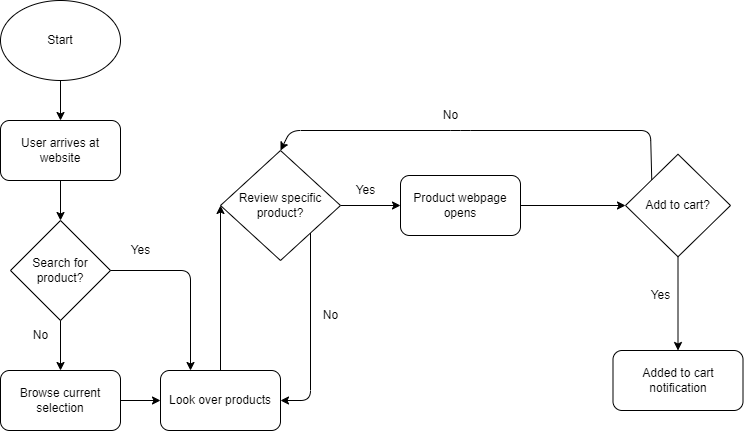
The draw.io diagram explore/diagramming/diagram.drawio.png in hdehaini/sp23-cse110-lab4, before a commit. Source tidied: cells renumbered, new cells last; positions are measured from the earlier drawing's top-left corner, leaving out a move shared by most shapes. Source of this version:
```xml
<mxGraphModel>
  <root>
    <mxCell id="0" />
    <mxCell id="1" parent="0" />
    <mxCell id="2" value="Start" style="ellipse;whiteSpace=wrap;html=1;" parent="1" vertex="1">
      <mxGeometry width="120" height="80" as="geometry" />
    </mxCell>
    <mxCell id="3" value="User arrives at website" style="rounded=1;whiteSpace=wrap;html=1;" parent="1" vertex="1">
      <mxGeometry y="120" width="120" height="60" as="geometry" />
    </mxCell>
    <mxCell id="4" style="endArrow=classic;html=1;exitX=0.5;exitY=1;exitDx=0;exitDy=0;entryX=0.5;entryY=0;entryDx=0;entryDy=0;" parent="1" edge="1" source="2" target="3">
      <mxGeometry relative="1" as="geometry" />
    </mxCell>
    <mxCell id="5" value="Search for product?" style="rhombus;whiteSpace=wrap;html=1;" parent="1" vertex="1">
      <mxGeometry x="10" y="220" width="100" height="100" as="geometry" />
    </mxCell>
    <mxCell id="6" style="endArrow=classic;html=1;exitX=0.5;exitY=1;exitDx=0;exitDy=0;" parent="1" edge="1" source="3" target="5">
      <mxGeometry relative="1" as="geometry" />
    </mxCell>
    <mxCell id="7" style="endArrow=classic;html=1;exitX=1;exitY=0.5;exitDx=0;exitDy=0;entryX=0.25;entryY=0;entryDx=0;entryDy=0;" parent="1" edge="1" source="5" target="14">
      <mxGeometry relative="1" as="geometry">
        <Array as="points">
          <mxPoint x="190" y="270" />
        </Array>
      </mxGeometry>
    </mxCell>
    <mxCell id="8" value="Yes" style="text;html=1;align=center;verticalAlign=middle;strokeColor=none;fillColor=none;" parent="1" vertex="1">
      <mxGeometry x="120" y="235" width="40" height="30" as="geometry" />
    </mxCell>
    <mxCell id="9" style="edgeStyle=none;html=1;" parent="1" edge="1" source="10" target="14">
      <mxGeometry relative="1" as="geometry" />
    </mxCell>
    <mxCell id="10" value="Browse current selection" style="rounded=1;whiteSpace=wrap;html=1;" parent="1" vertex="1">
      <mxGeometry y="370" width="120" height="60" as="geometry" />
    </mxCell>
    <mxCell id="11" style="edgeStyle=none;jettySize=auto;html=1;exitX=0.5;exitY=1;exitDx=0;exitDy=0;" parent="1" edge="1" source="5" target="10">
      <mxGeometry relative="1" as="geometry" />
    </mxCell>
    <mxCell id="12" value="No" style="text;html=1;align=center;verticalAlign=middle;strokeColor=none;fillColor=none;" parent="1" vertex="1">
      <mxGeometry x="20" y="320" width="40" height="30" as="geometry" />
    </mxCell>
    <mxCell id="13" style="edgeStyle=none;html=1;entryX=0;entryY=0.5;entryDx=0;entryDy=0;exitX=0.5;exitY=0;exitDx=0;exitDy=0;" parent="1" edge="1" source="14" target="16">
      <mxGeometry relative="1" as="geometry" />
    </mxCell>
    <mxCell id="14" value="Look over products" style="rounded=1;whiteSpace=wrap;html=1;" parent="1" vertex="1">
      <mxGeometry x="160" y="370" width="120" height="60" as="geometry" />
    </mxCell>
    <mxCell id="15" style="edgeStyle=none;html=1;entryX=0;entryY=0.5;entryDx=0;entryDy=0;exitX=1;exitY=0.5;exitDx=0;exitDy=0;" parent="1" edge="1" source="16" target="26">
      <mxGeometry relative="1" as="geometry" />
    </mxCell>
    <mxCell id="16" value="Review specific product?" style="rhombus;whiteSpace=wrap;html=1;" parent="1" vertex="1">
      <mxGeometry x="220" y="150" width="120" height="110" as="geometry" />
    </mxCell>
    <mxCell id="17" value="Yes" style="text;html=1;align=center;verticalAlign=middle;strokeColor=none;fillColor=none;" parent="1" vertex="1">
      <mxGeometry x="345" y="175" width="40" height="30" as="geometry" />
    </mxCell>
    <mxCell id="18" style="edgeStyle=none;html=1;entryX=0.5;entryY=0;entryDx=0;entryDy=0;exitX=0.5;exitY=1;exitDx=0;exitDy=0;" parent="1" edge="1" source="19" target="23">
      <mxGeometry relative="1" as="geometry" />
    </mxCell>
    <mxCell id="19" value="Add to cart?" style="rhombus;whiteSpace=wrap;html=1;" parent="1" vertex="1">
      <mxGeometry x="625" y="153.8" width="105" height="102.5" as="geometry" />
    </mxCell>
    <mxCell id="20" value="Yes" style="text;html=1;align=center;verticalAlign=middle;strokeColor=none;fillColor=none;" parent="1" vertex="1">
      <mxGeometry x="640" y="280" width="40" height="30" as="geometry" />
    </mxCell>
    <mxCell id="21" style="edgeStyle=none;jettySize=auto;html=1;exitX=0;exitY=0;exitDx=0;exitDy=0;entryX=0.5;entryY=0;entryDx=0;entryDy=0;" parent="1" edge="1" source="19" target="16">
      <mxGeometry relative="1" as="geometry">
        <Array as="points">
          <mxPoint x="650" y="130" />
          <mxPoint x="460" y="130" />
          <mxPoint x="290" y="130" />
        </Array>
      </mxGeometry>
    </mxCell>
    <mxCell id="22" value="No" style="text;html=1;align=center;verticalAlign=middle;strokeColor=none;fillColor=none;" parent="1" vertex="1">
      <mxGeometry x="430" y="100" width="40" height="30" as="geometry" />
    </mxCell>
    <mxCell id="23" value="Added to cart notification" style="rounded=1;whiteSpace=wrap;html=1;" parent="1" vertex="1">
      <mxGeometry x="612.5" y="350" width="130" height="60" as="geometry" />
    </mxCell>
    <mxCell id="24" style="edgeStyle=none;jettySize=auto;html=1;entryX=1;entryY=0.5;entryDx=0;entryDy=0;exitX=1;exitY=1;exitDx=0;exitDy=0;" parent="1" edge="1" source="16" target="14">
      <mxGeometry relative="1" as="geometry">
        <Array as="points">
          <mxPoint x="310" y="400" />
        </Array>
      </mxGeometry>
    </mxCell>
    <mxCell id="25" value="No" style="text;html=1;align=center;verticalAlign=middle;strokeColor=none;fillColor=none;" parent="1" vertex="1">
      <mxGeometry x="310" y="300" width="40" height="30" as="geometry" />
    </mxCell>
    <mxCell id="26" value="Product webpage opens" style="rounded=1;whiteSpace=wrap;html=1;" parent="1" vertex="1">
      <mxGeometry x="400" y="175" width="120" height="60" as="geometry" />
    </mxCell>
    <mxCell id="27" style="edgeStyle=none;jettySize=auto;html=1;exitX=1;exitY=0.5;exitDx=0;exitDy=0;entryX=0;entryY=0.5;entryDx=0;entryDy=0;" parent="1" edge="1" source="26" target="19">
      <mxGeometry relative="1" as="geometry" />
    </mxCell>
  </root>
</mxGraphModel>
```
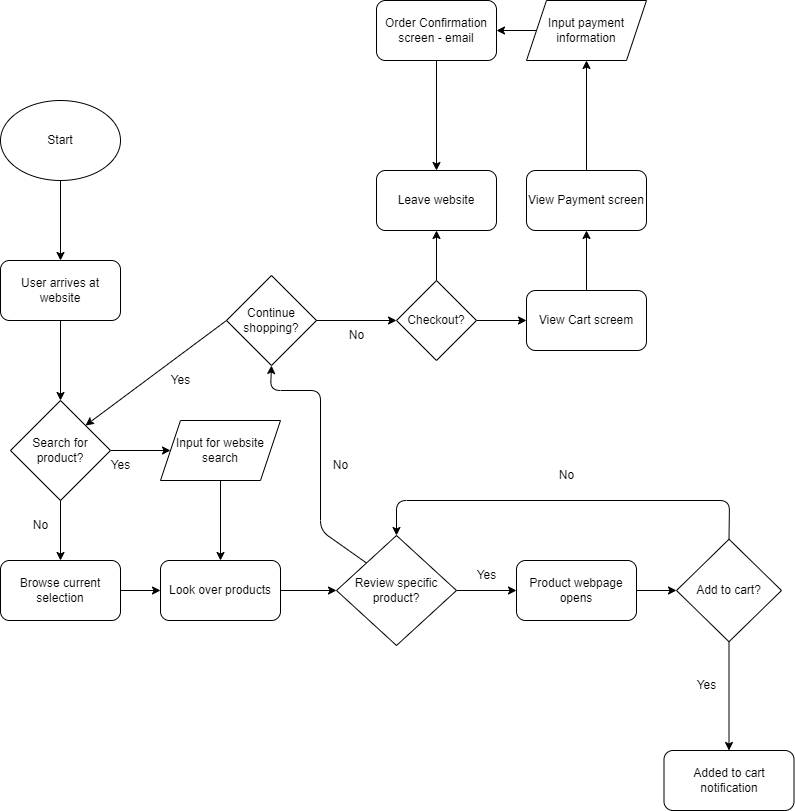
Later version of the same file.

Commit message:
1.4 Finish diagram and explore

Change to the diagram source:
```diff
@@ -3,96 +3,150 @@
     <mxCell id="0" />
     <mxCell id="1" parent="0" />
     <mxCell id="2" value="Start" style="ellipse;whiteSpace=wrap;html=1;" parent="1" vertex="1">
-      <mxGeometry width="120" height="80" as="geometry" />
+      <mxGeometry x="-20" y="210" width="120" height="80" as="geometry" />
     </mxCell>
     <mxCell id="3" value="User arrives at website" style="rounded=1;whiteSpace=wrap;html=1;" parent="1" vertex="1">
-      <mxGeometry y="120" width="120" height="60" as="geometry" />
+      <mxGeometry x="-20" y="370" width="120" height="60" as="geometry" />
     </mxCell>
     <mxCell id="4" style="endArrow=classic;html=1;exitX=0.5;exitY=1;exitDx=0;exitDy=0;entryX=0.5;entryY=0;entryDx=0;entryDy=0;" parent="1" edge="1" source="2" target="3">
       <mxGeometry relative="1" as="geometry" />
     </mxCell>
+    <mxCell id="28" style="edgeStyle=none;html=1;" parent="1" edge="1" source="5" target="47">
+      <mxGeometry relative="1" as="geometry" />
+    </mxCell>
     <mxCell id="5" value="Search for product?" style="rhombus;whiteSpace=wrap;html=1;" parent="1" vertex="1">
-      <mxGeometry x="10" y="220" width="100" height="100" as="geometry" />
+      <mxGeometry x="-10" y="510" width="100" height="100" as="geometry" />
     </mxCell>
     <mxCell id="6" style="endArrow=classic;html=1;exitX=0.5;exitY=1;exitDx=0;exitDy=0;" parent="1" edge="1" source="3" target="5">
       <mxGeometry relative="1" as="geometry" />
     </mxCell>
-    <mxCell id="7" style="endArrow=classic;html=1;exitX=1;exitY=0.5;exitDx=0;exitDy=0;entryX=0.25;entryY=0;entryDx=0;entryDy=0;" parent="1" edge="1" source="5" target="14">
-      <mxGeometry relative="1" as="geometry">
-        <Array as="points">
-          <mxPoint x="190" y="270" />
-        </Array>
-      </mxGeometry>
-    </mxCell>
     <mxCell id="8" value="Yes" style="text;html=1;align=center;verticalAlign=middle;strokeColor=none;fillColor=none;" parent="1" vertex="1">
-      <mxGeometry x="120" y="235" width="40" height="30" as="geometry" />
+      <mxGeometry x="80" y="560" width="40" height="30" as="geometry" />
     </mxCell>
     <mxCell id="9" style="edgeStyle=none;html=1;" parent="1" edge="1" source="10" target="14">
       <mxGeometry relative="1" as="geometry" />
     </mxCell>
     <mxCell id="10" value="Browse current selection" style="rounded=1;whiteSpace=wrap;html=1;" parent="1" vertex="1">
-      <mxGeometry y="370" width="120" height="60" as="geometry" />
+      <mxGeometry x="-20" y="670" width="120" height="60" as="geometry" />
     </mxCell>
     <mxCell id="11" style="edgeStyle=none;jettySize=auto;html=1;exitX=0.5;exitY=1;exitDx=0;exitDy=0;" parent="1" edge="1" source="5" target="10">
       <mxGeometry relative="1" as="geometry" />
     </mxCell>
     <mxCell id="12" value="No" style="text;html=1;align=center;verticalAlign=middle;strokeColor=none;fillColor=none;" parent="1" vertex="1">
-      <mxGeometry x="20" y="320" width="40" height="30" as="geometry" />
+      <mxGeometry y="620" width="40" height="30" as="geometry" />
     </mxCell>
-    <mxCell id="13" style="edgeStyle=none;html=1;entryX=0;entryY=0.5;entryDx=0;entryDy=0;exitX=0.5;exitY=0;exitDx=0;exitDy=0;" parent="1" edge="1" source="14" target="16">
+    <mxCell id="13" style="edgeStyle=none;html=1;" parent="1" edge="1" source="14" target="16">
       <mxGeometry relative="1" as="geometry" />
     </mxCell>
     <mxCell id="14" value="Look over products" style="rounded=1;whiteSpace=wrap;html=1;" parent="1" vertex="1">
-      <mxGeometry x="160" y="370" width="120" height="60" as="geometry" />
+      <mxGeometry x="140" y="670" width="120" height="60" as="geometry" />
     </mxCell>
     <mxCell id="15" style="edgeStyle=none;html=1;entryX=0;entryY=0.5;entryDx=0;entryDy=0;exitX=1;exitY=0.5;exitDx=0;exitDy=0;" parent="1" edge="1" source="16" target="26">
       <mxGeometry relative="1" as="geometry" />
     </mxCell>
+    <mxCell id="29" style="edgeStyle=none;html=1;exitX=0;exitY=0;exitDx=0;exitDy=0;entryX=0.5;entryY=1;entryDx=0;entryDy=0;" parent="1" edge="1" source="16" target="31">
+      <mxGeometry relative="1" as="geometry">
+        <Array as="points">
+          <mxPoint x="300" y="640" />
+          <mxPoint x="300" y="500" />
+          <mxPoint x="250" y="500" />
+        </Array>
+      </mxGeometry>
+    </mxCell>
     <mxCell id="16" value="Review specific product?" style="rhombus;whiteSpace=wrap;html=1;" parent="1" vertex="1">
-      <mxGeometry x="220" y="150" width="120" height="110" as="geometry" />
+      <mxGeometry x="316" y="645" width="120" height="110" as="geometry" />
     </mxCell>
     <mxCell id="17" value="Yes" style="text;html=1;align=center;verticalAlign=middle;strokeColor=none;fillColor=none;" parent="1" vertex="1">
-      <mxGeometry x="345" y="175" width="40" height="30" as="geometry" />
+      <mxGeometry x="446" y="670" width="40" height="30" as="geometry" />
     </mxCell>
     <mxCell id="18" style="edgeStyle=none;html=1;entryX=0.5;entryY=0;entryDx=0;entryDy=0;exitX=0.5;exitY=1;exitDx=0;exitDy=0;" parent="1" edge="1" source="19" target="23">
       <mxGeometry relative="1" as="geometry" />
     </mxCell>
     <mxCell id="19" value="Add to cart?" style="rhombus;whiteSpace=wrap;html=1;" parent="1" vertex="1">
-      <mxGeometry x="625" y="153.8" width="105" height="102.5" as="geometry" />
+      <mxGeometry x="656" y="648.8" width="105" height="102.5" as="geometry" />
     </mxCell>
     <mxCell id="20" value="Yes" style="text;html=1;align=center;verticalAlign=middle;strokeColor=none;fillColor=none;" parent="1" vertex="1">
-      <mxGeometry x="640" y="280" width="40" height="30" as="geometry" />
+      <mxGeometry x="666" y="780" width="40" height="30" as="geometry" />
     </mxCell>
-    <mxCell id="21" style="edgeStyle=none;jettySize=auto;html=1;exitX=0;exitY=0;exitDx=0;exitDy=0;entryX=0.5;entryY=0;entryDx=0;entryDy=0;" parent="1" edge="1" source="19" target="16">
+    <mxCell id="21" style="edgeStyle=none;jettySize=auto;html=1;exitX=0.5;exitY=0;exitDx=0;exitDy=0;entryX=0.5;entryY=0;entryDx=0;entryDy=0;" parent="1" edge="1" source="19" target="16">
       <mxGeometry relative="1" as="geometry">
         <Array as="points">
-          <mxPoint x="650" y="130" />
-          <mxPoint x="460" y="130" />
-          <mxPoint x="290" y="130" />
+          <mxPoint x="709" y="610" />
+          <mxPoint x="376" y="610" />
         </Array>
       </mxGeometry>
     </mxCell>
     <mxCell id="22" value="No" style="text;html=1;align=center;verticalAlign=middle;strokeColor=none;fillColor=none;" parent="1" vertex="1">
-      <mxGeometry x="430" y="100" width="40" height="30" as="geometry" />
+      <mxGeometry x="526" y="570" width="40" height="30" as="geometry" />
     </mxCell>
     <mxCell id="23" value="Added to cart notification" style="rounded=1;whiteSpace=wrap;html=1;" parent="1" vertex="1">
-      <mxGeometry x="612.5" y="350" width="130" height="60" as="geometry" />
+      <mxGeometry x="643.5" y="860" width="130" height="60" as="geometry" />
     </mxCell>
-    <mxCell id="24" style="edgeStyle=none;jettySize=auto;html=1;entryX=1;entryY=0.5;entryDx=0;entryDy=0;exitX=1;exitY=1;exitDx=0;exitDy=0;" parent="1" edge="1" source="16" target="14">
-      <mxGeometry relative="1" as="geometry">
-        <Array as="points">
-          <mxPoint x="310" y="400" />
-        </Array>
-      </mxGeometry>
-    </mxCell>
-    <mxCell id="25" value="No" style="text;html=1;align=center;verticalAlign=middle;strokeColor=none;fillColor=none;" parent="1" vertex="1">
-      <mxGeometry x="310" y="300" width="40" height="30" as="geometry" />
-    </mxCell>
     <mxCell id="26" value="Product webpage opens" style="rounded=1;whiteSpace=wrap;html=1;" parent="1" vertex="1">
-      <mxGeometry x="400" y="175" width="120" height="60" as="geometry" />
+      <mxGeometry x="496" y="670" width="120" height="60" as="geometry" />
     </mxCell>
     <mxCell id="27" style="edgeStyle=none;jettySize=auto;html=1;exitX=1;exitY=0.5;exitDx=0;exitDy=0;entryX=0;entryY=0.5;entryDx=0;entryDy=0;" parent="1" edge="1" source="26" target="19">
       <mxGeometry relative="1" as="geometry" />
     </mxCell>
+    <mxCell id="30" style="edgeStyle=none;html=1;exitX=0;exitY=0.5;exitDx=0;exitDy=0;entryX=1;entryY=0;entryDx=0;entryDy=0;" parent="1" edge="1" source="31" target="5">
+      <mxGeometry relative="1" as="geometry" />
+    </mxCell>
+    <mxCell id="31" value="Continue shopping?" style="rhombus;whiteSpace=wrap;html=1;" parent="1" vertex="1">
+      <mxGeometry x="206" y="385" width="90" height="90" as="geometry" />
+    </mxCell>
+    <mxCell id="32" value="No" style="text;html=1;align=center;verticalAlign=middle;strokeColor=none;fillColor=none;" parent="1" vertex="1">
+      <mxGeometry x="300" y="560" width="40" height="30" as="geometry" />
+    </mxCell>
+    <mxCell id="33" value="No" style="text;html=1;align=center;verticalAlign=middle;strokeColor=none;fillColor=none;" parent="1" vertex="1">
+      <mxGeometry x="316" y="430" width="40" height="30" as="geometry" />
+    </mxCell>
+    <mxCell id="34" value="Yes" style="text;html=1;align=center;verticalAlign=middle;strokeColor=none;fillColor=none;" parent="1" vertex="1">
+      <mxGeometry x="140" y="475" width="40" height="30" as="geometry" />
+    </mxCell>
+    <mxCell id="35" style="endArrow=classic;html=1;exitX=1;exitY=0.5;exitDx=0;exitDy=0;entryX=0;entryY=0.5;entryDx=0;entryDy=0;" parent="1" edge="1" source="31" target="38">
+      <mxGeometry relative="1" as="geometry" />
+    </mxCell>
+    <mxCell id="36" style="edgeStyle=none;html=1;exitX=0.5;exitY=0;exitDx=0;exitDy=0;entryX=0.5;entryY=1;entryDx=0;entryDy=0;" parent="1" edge="1" source="38" target="39">
+      <mxGeometry relative="1" as="geometry" />
+    </mxCell>
+    <mxCell id="37" style="edgeStyle=none;html=1;" parent="1" edge="1" source="38" target="41">
+      <mxGeometry relative="1" as="geometry" />
+    </mxCell>
+    <mxCell id="38" value="Checkout?" style="rhombus;whiteSpace=wrap;html=1;" parent="1" vertex="1">
+      <mxGeometry x="376" y="390" width="80" height="80" as="geometry" />
+    </mxCell>
+    <mxCell id="39" value="Leave website" style="rounded=1;whiteSpace=wrap;html=1;" parent="1" vertex="1">
+      <mxGeometry x="356" y="280" width="120" height="60" as="geometry" />
+    </mxCell>
+    <mxCell id="40" style="edgeStyle=none;html=1;" parent="1" edge="1" source="41" target="43">
+      <mxGeometry relative="1" as="geometry" />
+    </mxCell>
+    <mxCell id="41" value="View Cart screem" style="rounded=1;whiteSpace=wrap;html=1;" parent="1" vertex="1">
+      <mxGeometry x="506" y="400" width="120" height="60" as="geometry" />
+    </mxCell>
+    <mxCell id="42" style="edgeStyle=none;html=1;" parent="1" edge="1" source="43" target="45">
+      <mxGeometry relative="1" as="geometry" />
+    </mxCell>
+    <mxCell id="43" value="View Payment screen" style="rounded=1;whiteSpace=wrap;html=1;" parent="1" vertex="1">
+      <mxGeometry x="506" y="280" width="120" height="60" as="geometry" />
+    </mxCell>
+    <mxCell id="44" style="edgeStyle=none;html=1;" parent="1" edge="1" source="45" target="49">
+      <mxGeometry relative="1" as="geometry" />
+    </mxCell>
+    <mxCell id="45" value="Input payment information" style="shape=parallelogram;perimeter=parallelogramPerimeter;whiteSpace=wrap;html=1;fixedSize=1;" parent="1" vertex="1">
+      <mxGeometry x="506" y="110" width="120" height="60" as="geometry" />
+    </mxCell>
+    <mxCell id="46" style="edgeStyle=none;html=1;" parent="1" edge="1" source="47" target="14">
+      <mxGeometry relative="1" as="geometry" />
+    </mxCell>
+    <mxCell id="47" value="Input for website search" style="shape=parallelogram;perimeter=parallelogramPerimeter;whiteSpace=wrap;html=1;fixedSize=1;" parent="1" vertex="1">
+      <mxGeometry x="140" y="530" width="120" height="60" as="geometry" />
+    </mxCell>
+    <mxCell id="48" style="edgeStyle=none;html=1;entryX=0.5;entryY=0;entryDx=0;entryDy=0;exitX=0.5;exitY=1;exitDx=0;exitDy=0;" parent="1" edge="1" source="49" target="39">
+      <mxGeometry relative="1" as="geometry" />
+    </mxCell>
+    <mxCell id="49" value="Order Confirmation screen - email" style="rounded=1;whiteSpace=wrap;html=1;" parent="1" vertex="1">
+      <mxGeometry x="356" y="110" width="120" height="60" as="geometry" />
+    </mxCell>
   </root>
 </mxGraphModel>
```
